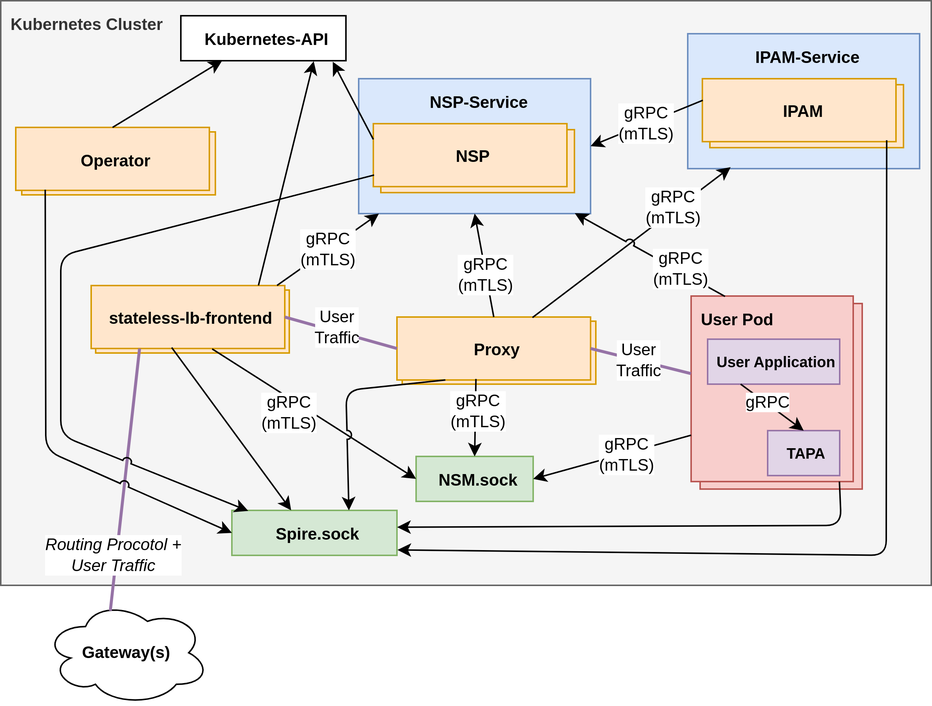
Above: docs/resources/diagrams-Communications-v1.png in LionelJouin/meridio-2.x (draw.io), before the change. Source tidied: cells renumbered, new cells last; positions are measured from the earlier drawing's top-left corner, leaving out a move shared by most shapes.
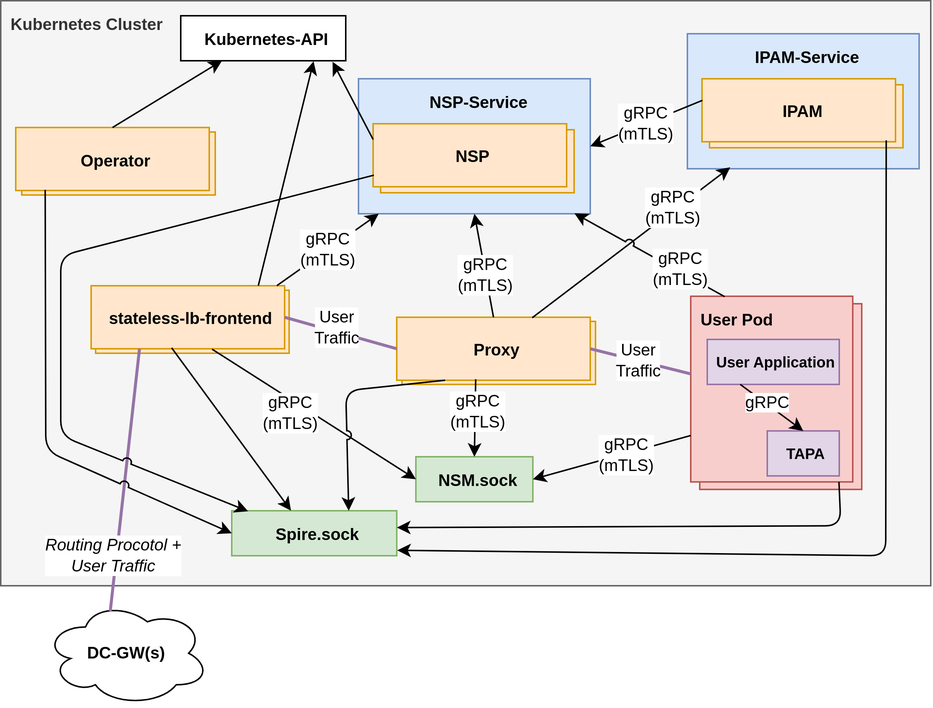
After the change.

Commit message:
Fix picture: DC-GW instead of Gateway

The edit, as a diff of the source:
```diff
@@ -23,7 +23,7 @@
     <mxCell id="8" value="&lt;font&gt;&lt;span style=&quot;font-size: 11px&quot;&gt;&lt;b&gt;stateless-lb-frontend&lt;/b&gt;&lt;/span&gt;&lt;br&gt;&lt;/font&gt;" style="rounded=0;whiteSpace=wrap;html=1;labelBackgroundColor=none;fontSize=14;align=center;fillColor=#ffe6cc;strokeColor=#d79b00;verticalAlign=middle;spacingLeft=5;shadow=0;glass=0;sketch=0;fontColor=default;" parent="1" vertex="1">
       <mxGeometry x="60.2" y="190" width="129" height="42" as="geometry" />
     </mxCell>
-    <mxCell id="9" value="&lt;b style=&quot;font-size: 11px;&quot;&gt;Gateway(s)&lt;/b&gt;" style="ellipse;shape=cloud;whiteSpace=wrap;html=1;spacing=2;strokeWidth=1;fontSize=11;shadow=0;sketch=0;strokeColor=default;fillColor=default;gradientColor=none;" parent="1" vertex="1">
+    <mxCell id="9" value="&lt;b style=&quot;font-size: 11px;&quot;&gt;DC-GW(s)&lt;/b&gt;" style="ellipse;shape=cloud;whiteSpace=wrap;html=1;spacing=2;strokeWidth=1;fontSize=11;shadow=0;sketch=0;strokeColor=default;fillColor=default;gradientColor=none;" parent="1" vertex="1">
       <mxGeometry x="29" y="400" width="110" height="70" as="geometry" />
     </mxCell>
     <mxCell id="10" value="&lt;b&gt;User Application&lt;/b&gt;" style="rounded=0;whiteSpace=wrap;html=1;labelBackgroundColor=none;fontSize=10;align=center;spacingLeft=4;labelPosition=center;verticalLabelPosition=middle;verticalAlign=middle;fillColor=#e1d5e7;strokeColor=#9673a6;" parent="1" vertex="1">
```
